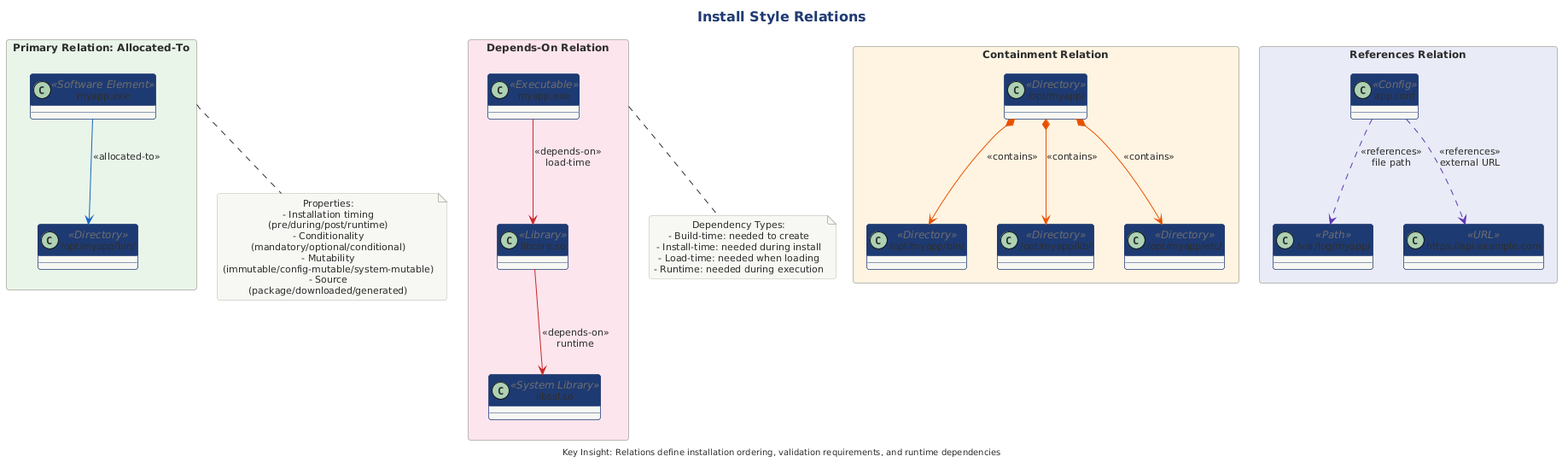
The PlantUML diagram src/architecture/views-and-beyond/style-catalogs/allocation/install-style/png/install-style-relations.png in Notoriousjayy/latex-docs, before a commit. The source it was exported from:
```plantuml
@startuml

title Install Style Relations

!include ../../../../../../tooling/styles/plantuml/structural/component-diagram-style.iuml

rectangle "Primary Relation: Allocated-To" as alloc #E8F5E9 {
    class "myapp.exe" as exe <<Software Element>>
    class "/opt/myapp/bin/" as bindir <<Directory>>

    exe -[#1565C0]-> bindir : <<allocated-to>>
}

note bottom of alloc
  Properties:
  - Installation timing (pre/during/post/runtime)
  - Conditionality (mandatory/optional/conditional)
  - Mutability (immutable/config-mutable/system-mutable)
  - Source (package/downloaded/generated)
end note

rectangle "Containment Relation" as contain #FFF3E0 {
    class "/opt/myapp/" as parent <<Directory>>
    class "/opt/myapp/bin/" as child1 <<Directory>>
    class "/opt/myapp/lib/" as child2 <<Directory>>
    class "/opt/myapp/etc/" as child3 <<Directory>>

    parent *-[#E65100]-> child1 : <<contains>>
    parent *-[#E65100]-> child2 : <<contains>>
    parent *-[#E65100]-> child3 : <<contains>>
}

rectangle "Depends-On Relation" as deps #FCE4EC {
    class "myapp.exe" as app <<Executable>>
    class "libcore.so" as lib <<Library>>
    class "libssl.so" as ssl <<System Library>>

    app -[#C62828]-> lib : <<depends-on>>\nload-time
    lib -[#C62828]-> ssl : <<depends-on>>\nruntime
}

note bottom of deps
  Dependency Types:
  - Build-time: needed to create
  - Install-time: needed during install
  - Load-time: needed when loading
  - Runtime: needed during execution
end note

rectangle "References Relation" as refs #E8EAF6 {
    class "app.conf" as conf <<Config>>
    class "/var/log/myapp/" as logpath <<Path>>
    class "https://api.example.com" as url <<URL>>

    conf -[#5E35B1,dashed]-> logpath : <<references>>\nfile path
    conf -[#5E35B1,dashed]-> url : <<references>>\nexternal URL
}

center footer Key Insight: Relations define installation ordering, validation requirements, and runtime dependencies
@enduml
```
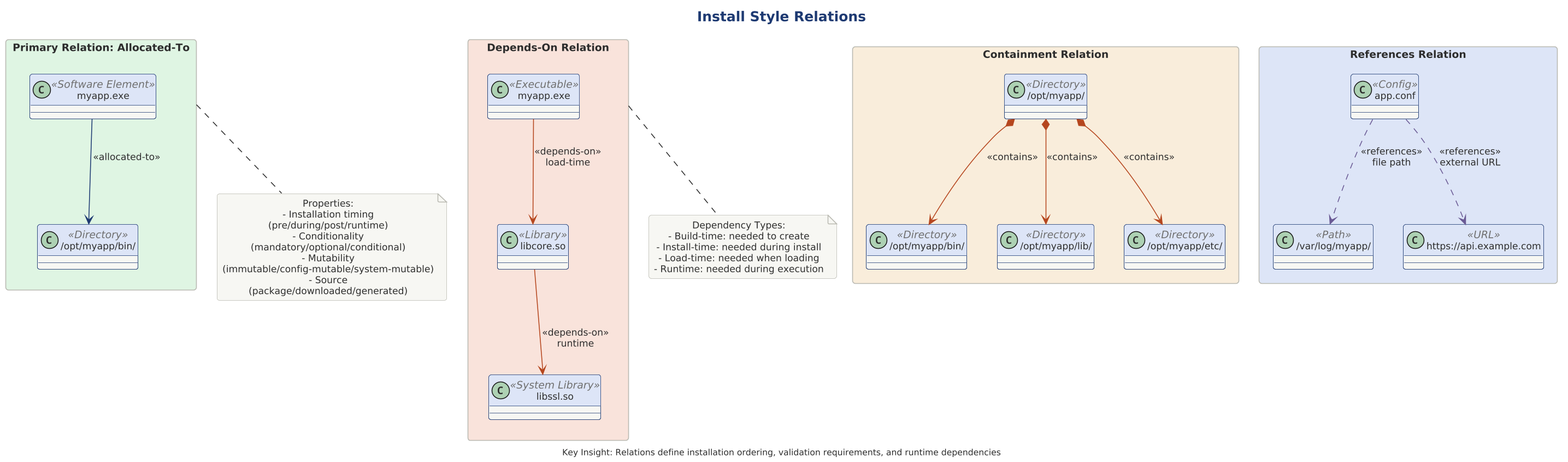
Above is the later version.

Diff of the diagram source:
```diff
@@ -1,14 +1,19 @@
 @startuml
+
+skinparam dpi 150
+
+
+
 
 title Install Style Relations
 
 !include ../../../../../../tooling/styles/plantuml/structural/component-diagram-style.iuml
 
-rectangle "Primary Relation: Allocated-To" as alloc #E8F5E9 {
+rectangle "Primary Relation: Allocated-To" as alloc $fill_ok {
     class "myapp.exe" as exe <<Software Element>>
     class "/opt/myapp/bin/" as bindir <<Directory>>
 
-    exe -[#1565C0]-> bindir : <<allocated-to>>
+    exe -[$line_primary]-> bindir : <<allocated-to>>
 }
 
 note bottom of alloc
@@ -19,24 +24,24 @@
   - Source (package/downloaded/generated)
 end note
 
-rectangle "Containment Relation" as contain #FFF3E0 {
+rectangle "Containment Relation" as contain $fill_caution {
     class "/opt/myapp/" as parent <<Directory>>
     class "/opt/myapp/bin/" as child1 <<Directory>>
     class "/opt/myapp/lib/" as child2 <<Directory>>
     class "/opt/myapp/etc/" as child3 <<Directory>>
 
-    parent *-[#E65100]-> child1 : <<contains>>
-    parent *-[#E65100]-> child2 : <<contains>>
-    parent *-[#E65100]-> child3 : <<contains>>
+    parent *-[$line_invalid]-> child1 : <<contains>>
+    parent *-[$line_invalid]-> child2 : <<contains>>
+    parent *-[$line_invalid]-> child3 : <<contains>>
 }
 
-rectangle "Depends-On Relation" as deps #FCE4EC {
+rectangle "Depends-On Relation" as deps $fill_invalid {
     class "myapp.exe" as app <<Executable>>
     class "libcore.so" as lib <<Library>>
     class "libssl.so" as ssl <<System Library>>
 
-    app -[#C62828]-> lib : <<depends-on>>\nload-time
-    lib -[#C62828]-> ssl : <<depends-on>>\nruntime
+    app -[$line_invalid]-> lib : <<depends-on>>\nload-time
+    lib -[$line_invalid]-> ssl : <<depends-on>>\nruntime
 }
 
 note bottom of deps
@@ -47,13 +52,13 @@
   - Runtime: needed during execution
 end note
 
-rectangle "References Relation" as refs #E8EAF6 {
+rectangle "References Relation" as refs $fill_primary {
     class "app.conf" as conf <<Config>>
     class "/var/log/myapp/" as logpath <<Path>>
     class "https://api.example.com" as url <<URL>>
 
-    conf -[#5E35B1,dashed]-> logpath : <<references>>\nfile path
-    conf -[#5E35B1,dashed]-> url : <<references>>\nexternal URL
+    conf -[$line_alt,dashed]-> logpath : <<references>>\nfile path
+    conf -[$line_alt,dashed]-> url : <<references>>\nexternal URL
 }
 
 center footer Key Insight: Relations define installation ordering, validation requirements, and runtime dependencies
```
